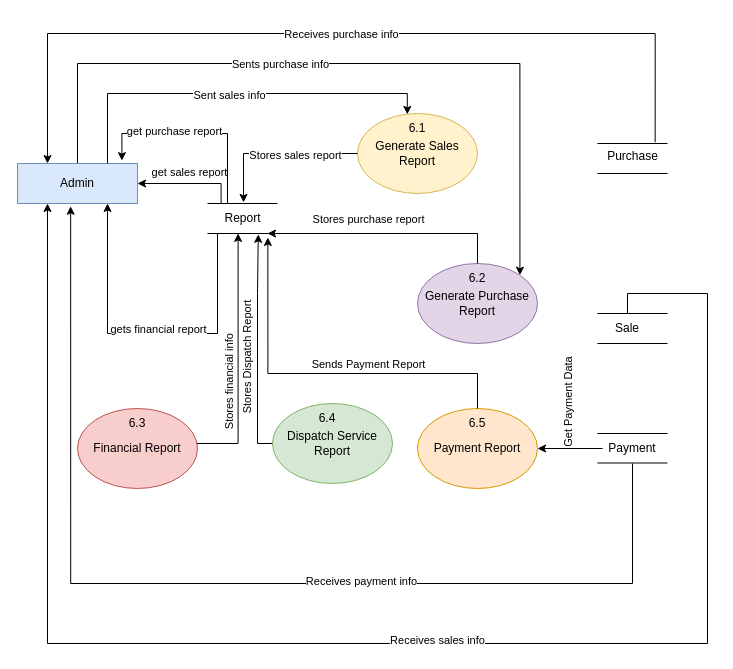
Before: Report Generation Level 2.drawio in pawal-karki/DRAW.IO, a draw.io diagram. Source tidied: cells renumbered, new cells numbered last; positions are measured from the earlier drawing's top-left corner, leaving out a move shared by most shapes. Both pictures are drawn from the tidied source at 100%, with x=0, y=0 at pixel (17, 33).
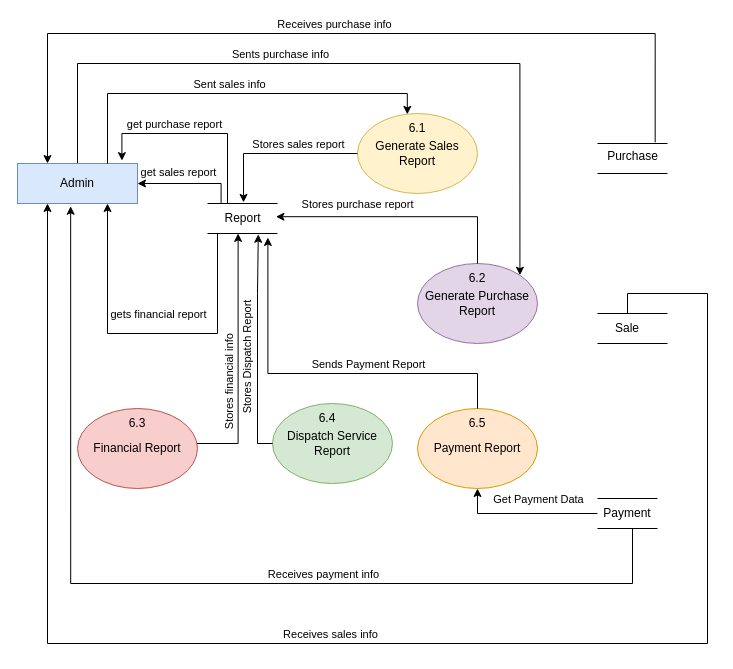
Above is the later version.

Unchanged cells that the change refers to:
```xml
<mxCell id="13" style="edgeStyle=orthogonalEdgeStyle;rounded=0;jettySize=auto;html=1;entryX=0.75;entryY=1;entryDx=0;entryDy=0;" parent="1" edge="1" source="15" target="29">
  <mxGeometry relative="1" as="geometry">
    <Array as="points">
      <mxPoint x="200" y="300" />
      <mxPoint x="90" y="300" />
    </Array>
  </mxGeometry>
</mxCell>
<mxCell id="15" value="Report" style="text;html=1;align=center;verticalAlign=middle;points=[];strokeColor=none;fillColor=none;" parent="1" vertex="1">
  <mxGeometry x="195" y="170" width="60" height="30" as="geometry" />
</mxCell>
<mxCell id="18" value="Purchase" style="text;html=1;align=center;verticalAlign=middle;points=[];strokeColor=none;fillColor=none;" parent="1" vertex="1">
  <mxGeometry x="580" y="108" width="70" height="30" as="geometry" />
</mxCell>
<mxCell id="19" style="edgeStyle=orthogonalEdgeStyle;rounded=0;jettySize=auto;html=1;exitX=0.5;exitY=0;exitDx=0;exitDy=0;" parent="1" edge="1" source="21">
  <mxGeometry relative="1" as="geometry">
    <mxPoint x="30" y="170" as="targetPoint" />
    <Array as="points">
      <mxPoint x="610" y="260" />
      <mxPoint x="690" y="260" />
      <mxPoint x="690" y="610" />
      <mxPoint x="30" y="610" />
    </Array>
  </mxGeometry>
</mxCell>
<mxCell id="22" style="edgeStyle=orthogonalEdgeStyle;rounded=0;jettySize=auto;html=1;" parent="1" edge="1" source="24" target="50">
  <mxGeometry relative="1" as="geometry" />
</mxCell>
<mxCell id="25" style="edgeStyle=orthogonalEdgeStyle;rounded=0;jettySize=auto;html=1;exitX=0.5;exitY=1;exitDx=0;exitDy=0;entryX=0.443;entryY=1.069;entryDx=0;entryDy=0;entryPerimeter=0;" parent="1" edge="1" source="24" target="29">
  <mxGeometry relative="1" as="geometry">
    <Array as="points">
      <mxPoint x="615" y="550" />
      <mxPoint x="53" y="550" />
    </Array>
  </mxGeometry>
</mxCell>
<mxCell id="27" style="edgeStyle=orthogonalEdgeStyle;rounded=0;jettySize=auto;html=1;entryX=1;entryY=0;entryDx=0;entryDy=0;" parent="1" edge="1" source="29" target="3">
  <mxGeometry relative="1" as="geometry">
    <Array as="points">
      <mxPoint x="60" y="30" />
      <mxPoint x="502" y="30" />
    </Array>
  </mxGeometry>
</mxCell>
<mxCell id="34" style="edgeStyle=orthogonalEdgeStyle;rounded=0;jettySize=auto;html=1;entryX=0.517;entryY=-0.037;entryDx=0;entryDy=0;entryPerimeter=0;" parent="1" edge="1" source="2" target="15">
  <mxGeometry relative="1" as="geometry" />
</mxCell>
<mxCell id="36" style="edgeStyle=orthogonalEdgeStyle;rounded=0;jettySize=auto;html=1;entryX=0.415;entryY=0.011;entryDx=0;entryDy=0;entryPerimeter=0;exitX=0.75;exitY=0;exitDx=0;exitDy=0;" parent="1" edge="1" source="29" target="2">
  <mxGeometry relative="1" as="geometry" />
</mxCell>
<mxCell id="38" style="edgeStyle=orthogonalEdgeStyle;rounded=0;jettySize=auto;html=1;entryX=0.87;entryY=-0.072;entryDx=0;entryDy=0;entryPerimeter=0;" parent="1" edge="1" source="15" target="29">
  <mxGeometry relative="1" as="geometry">
    <Array as="points">
      <mxPoint x="210" y="100" />
      <mxPoint x="104" y="100" />
    </Array>
  </mxGeometry>
</mxCell>
<mxCell id="40" style="edgeStyle=orthogonalEdgeStyle;rounded=0;jettySize=auto;html=1;entryX=0.143;entryY=0;entryDx=0;entryDy=0;entryPerimeter=0;startArrow=classic;startFill=1;endArrow=none;endFill=0;" parent="1" edge="1" source="29" target="15">
  <mxGeometry relative="1" as="geometry" />
</mxCell>
<mxCell id="43" value="6.2" style="text;html=1;align=center;verticalAlign=middle;whiteSpace=wrap;rounded=0;" parent="1" vertex="1">
  <mxGeometry x="430" y="230" width="60" height="30" as="geometry" />
</mxCell>
```

What changed in the source:
```diff
@@
-    <mxCell id="10" style="endArrow=none;html=1;rounded=0;" parent="1" edge="1">
-      <mxGeometry relative="1" as="geometry">
-        <mxPoint x="580" y="400" as="sourcePoint" />
-        <mxPoint x="650" y="400" as="targetPoint" />
-      </mxGeometry>
+    <mxCell id="10" style="endArrow=none;html=1;rounded=0;entryX=1;entryY=1;entryDx=0;entryDy=0;exitX=0;exitY=1;exitDx=0;exitDy=0;" parent="1" edge="1" source="24" target="24">
+      <mxGeometry relative="1" as="geometry" />
     </mxCell>
-    <mxCell id="11" style="endArrow=none;html=1;rounded=0;" parent="1" edge="1">
+    <mxCell id="11" style="endArrow=none;html=1;rounded=0;entryX=1;entryY=0;entryDx=0;entryDy=0;" parent="1" edge="1" target="24">
       <mxGeometry relative="1" as="geometry">
-        <mxPoint x="580" y="429.5" as="sourcePoint" />
-        <mxPoint x="650" y="429.5" as="targetPoint" />
+        <mxPoint x="580" y="465" as="sourcePoint" />
       </mxGeometry>
     </mxCell>
@@
     <mxCell id="14" value="gets financial report" style="edgeLabel;html=1;align=center;verticalAlign=middle;" parent="13" vertex="1">
       <mxGeometry y="-4" relative="1" as="geometry">
-        <mxPoint x="10" y="-1" as="offset" />
+        <mxPoint x="10" y="-16" as="offset" />
       </mxGeometry>
     </mxCell>
@@
     <mxCell id="16" style="edgeStyle=orthogonalEdgeStyle;rounded=0;jettySize=auto;html=1;exitX=0.824;exitY=0.025;exitDx=0;exitDy=0;exitPerimeter=0;" parent="1" edge="1" source="18">
       <mxGeometry relative="1" as="geometry">
         <mxPoint x="30" y="130" as="targetPoint" />
         <Array as="points">
           <mxPoint x="638" />
           <mxPoint x="30" />
-          <mxPoint x="30" y="130" />
         </Array>
       </mxGeometry>
     </mxCell>
     <mxCell id="17" value="Receives purchase info" style="edgeLabel;html=1;align=center;verticalAlign=middle;" parent="16" vertex="1">
-      <mxGeometry relative="1" as="geometry" />
+      <mxGeometry relative="1" as="geometry">
+        <mxPoint x="-7" y="-10" as="offset" />
+      </mxGeometry>
     </mxCell>
@@
     <mxCell id="20" value="Receives sales info" style="edgeLabel;html=1;align=center;verticalAlign=middle;" parent="19" vertex="1">
-      <mxGeometry x="-0.07" y="-4" relative="1" as="geometry" />
+      <mxGeometry x="-0.07" y="-4" relative="1" as="geometry">
+        <mxPoint x="-107" y="-6" as="offset" />
+      </mxGeometry>
     </mxCell>
@@
-    <mxCell id="23" value="Get Payment Data" style="edgeLabel;html=1;align=center;verticalAlign=middle;rotation=-90;" parent="22" vertex="1">
+    <mxCell id="23" value="Get Payment Data" style="edgeLabel;html=1;align=center;verticalAlign=middle;rotation=0;" parent="22" vertex="1">
       <mxGeometry x="-0.22" y="1" relative="1" as="geometry">
-        <mxPoint x="-10" y="-46" as="offset" />
+        <mxPoint x="-3" y="-16" as="offset" />
       </mxGeometry>
     </mxCell>
     <mxCell id="24" value="Payment" style="text;html=1;align=center;verticalAlign=middle;whiteSpace=wrap;rounded=0;" parent="1" vertex="1">
-      <mxGeometry x="585" y="400" width="60" height="30" as="geometry" />
+      <mxGeometry x="580" y="465" width="60" height="30" as="geometry" />
     </mxCell>
@@
     <mxCell id="26" value="Receives payment info" style="edgeLabel;html=1;align=center;verticalAlign=middle;" parent="25" vertex="1">
-      <mxGeometry x="-0.26" y="-3" relative="1" as="geometry" />
+      <mxGeometry x="-0.26" y="-3" relative="1" as="geometry">
+        <mxPoint y="-7" as="offset" />
+      </mxGeometry>
     </mxCell>
@@
     <mxCell id="28" value="Sents purchase info" style="edgeLabel;html=1;align=center;verticalAlign=middle;" parent="27" vertex="1">
-      <mxGeometry x="-0.2" relative="1" as="geometry" />
+      <mxGeometry x="-0.2" relative="1" as="geometry">
+        <mxPoint y="-10" as="offset" />
+      </mxGeometry>
     </mxCell>
@@
-    <mxCell id="32" style="edgeStyle=orthogonalEdgeStyle;rounded=0;jettySize=auto;html=1;exitX=0.5;exitY=0;exitDx=0;exitDy=0;entryX=0.917;entryY=1;entryDx=0;entryDy=0;entryPerimeter=0;" parent="1" edge="1" source="43" target="15">
+    <mxCell id="32" style="edgeStyle=orthogonalEdgeStyle;rounded=0;jettySize=auto;html=1;exitX=0.5;exitY=0;exitDx=0;exitDy=0;entryX=1.057;entryY=0.44;entryDx=0;entryDy=0;entryPerimeter=0;" parent="1" edge="1" source="43" target="15">
       <mxGeometry relative="1" as="geometry">
         <Array as="points">
-          <mxPoint x="460" y="200" />
+          <mxPoint x="460" y="183" />
         </Array>
       </mxGeometry>
     </mxCell>
     <mxCell id="33" value="Stores purchase report" style="edgeLabel;html=1;align=center;verticalAlign=middle;" parent="32" vertex="1">
       <mxGeometry x="-0.26" y="-1" relative="1" as="geometry">
-        <mxPoint x="-51" y="-14" as="offset" />
+        <mxPoint x="-75" y="-12" as="offset" />
       </mxGeometry>
     </mxCell>
@@
     <mxCell id="35" value="Stores sales report" style="edgeLabel;html=1;align=center;verticalAlign=middle;" parent="34" vertex="1">
-      <mxGeometry x="-0.23" y="1" relative="1" as="geometry" />
+      <mxGeometry x="-0.23" y="1" relative="1" as="geometry">
+        <mxPoint x="3" y="-11" as="offset" />
+      </mxGeometry>
     </mxCell>
@@
     <mxCell id="37" value="Sent sales info" style="edgeLabel;html=1;align=center;verticalAlign=middle;" parent="36" vertex="1">
-      <mxGeometry x="-0.02" y="-1" relative="1" as="geometry" />
+      <mxGeometry x="-0.02" y="-1" relative="1" as="geometry">
+        <mxPoint y="-11" as="offset" />
+      </mxGeometry>
     </mxCell>
@@
     <mxCell id="39" value="get purchase report" style="edgeLabel;html=1;align=center;verticalAlign=middle;" parent="38" vertex="1">
-      <mxGeometry x="0.22" y="-3" relative="1" as="geometry" />
+      <mxGeometry x="0.22" y="-3" relative="1" as="geometry">
+        <mxPoint y="-7" as="offset" />
+      </mxGeometry>
     </mxCell>
@@
     <mxCell id="41" value="get sales report" style="edgeLabel;html=1;align=center;verticalAlign=middle;" parent="40" vertex="1">
       <mxGeometry x="-0.21" y="-1" relative="1" as="geometry">
-        <mxPoint x="10" y="-13" as="offset" />
+        <mxPoint x="-1" y="-13" as="offset" />
       </mxGeometry>
     </mxCell>
```
